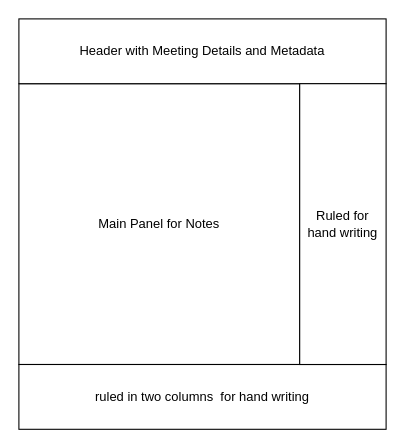
This is etc/page-layout.drawio from forloop11/markdown-cornell-notes, a draw.io file, before an edit. Source tidied: cells renumbered, new cells numbered last; positions are measured from the earlier drawing's top-left corner, leaving out a move shared by most shapes. Both pictures are drawn from the tidied source at 108%, with x=0, y=0 at pixel (18, 18).
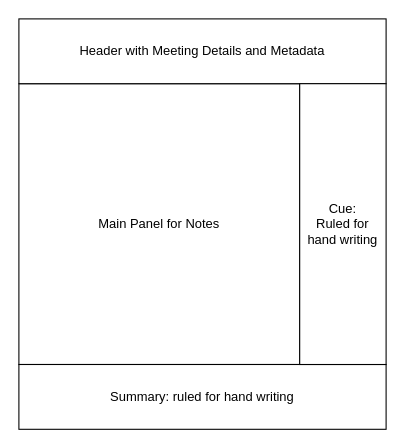
Above is the later version.

The edit, as a diff of the source:
```diff
@@
 <mxGraphModel>
   <root>
     <mxCell id="0" />
     <mxCell id="1" parent="0" />
     <mxCell id="2" value="Main Panel for Notes" style="whiteSpace=wrap;html=1;" parent="1" vertex="1">
       <mxGeometry y="60" width="260" height="260" as="geometry" />
     </mxCell>
     <mxCell id="3" value="Header with Meeting Details and Metadata" style="rounded=0;whiteSpace=wrap;html=1;" parent="1" vertex="1">
       <mxGeometry width="340" height="60" as="geometry" />
     </mxCell>
-    <mxCell id="4" value="ruled in two columns&amp;nbsp; for hand writing" style="rounded=0;whiteSpace=wrap;html=1;" parent="1" vertex="1">
+    <mxCell id="4" value="Summary: ruled for hand writing" style="rounded=0;whiteSpace=wrap;html=1;" parent="1" vertex="1">
       <mxGeometry y="320" width="340" height="60" as="geometry" />
     </mxCell>
-    <mxCell id="5" value="Ruled for hand writing" style="rounded=0;whiteSpace=wrap;html=1;" parent="1" vertex="1">
+    <mxCell id="5" value="&lt;div&gt;Cue:&lt;/div&gt;Ruled for hand writing" style="rounded=0;whiteSpace=wrap;html=1;" parent="1" vertex="1">
       <mxGeometry x="260" y="60" width="80" height="260" as="geometry" />
     </mxCell>
   </root>
 </mxGraphModel>
```
